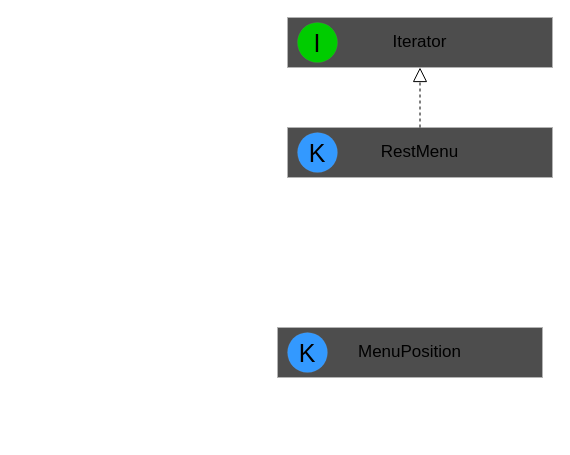
Earlier version of the draw.io diagram src/main/java/com/splab/patterns/behavioralPatterns/iterator/iter.drawio (Sava175/SpLab). Source tidied: cells renumbered, new cells numbered last; positions are measured from the earlier drawing's top-left corner, leaving out a move shared by most shapes. Both pictures are drawn from the tidied source at 100%, with x=0, y=0 at pixel (277, 17).
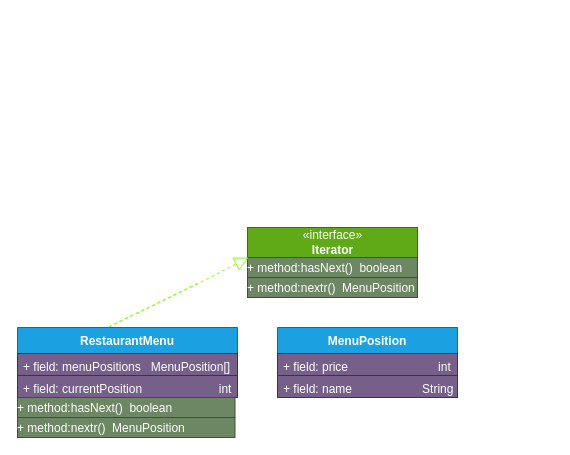
After the change.

Diff of the diagram source:
```diff
@@
 <mxGraphModel>
   <root>
     <mxCell id="0" />
     <mxCell id="1" parent="0" />
-    <mxCell id="2" value="&lt;font style=&quot;font-size: 17px;&quot;&gt;Iterator&lt;/font&gt;" style="rounded=0;whiteSpace=wrap;html=1;fillColor=#4D4D4D;align=center;strokeColor=#B3B3B3;" parent="1" vertex="1">
-      <mxGeometry x="10" width="265" height="50" as="geometry" />
-    </mxCell>
-    <mxCell id="3" value="I" style="ellipse;whiteSpace=wrap;html=1;strokeColor=#B3B3B3;strokeWidth=0;fontSize=25;fontColor=#000000;fillColor=#00CC00;" parent="1" vertex="1">
-      <mxGeometry x="20" y="5" width="40" height="40" as="geometry" />
-    </mxCell>
-    <mxCell id="4" value="&lt;span style=&quot;font-size: 17px;&quot;&gt;RestMenu&lt;/span&gt;" style="rounded=0;whiteSpace=wrap;html=1;fillColor=#4D4D4D;align=center;strokeColor=#B3B3B3;" parent="1" vertex="1">
-      <mxGeometry x="10" y="110" width="265" height="50" as="geometry" />
-    </mxCell>
-    <mxCell id="5" value="K" style="ellipse;whiteSpace=wrap;html=1;strokeColor=#B3B3B3;strokeWidth=0;fontSize=25;fontColor=#000000;fillColor=#3399FF;" parent="1" vertex="1">
-      <mxGeometry x="20" y="115" width="40" height="40" as="geometry" />
-    </mxCell>
+    <mxCell id="9" value="«interface»&lt;br&gt;&lt;b&gt;Iterator&lt;/b&gt;" style="html=1;fillColor=#60a917;fontColor=#ffffff;strokeColor=#2D7600;" parent="1" vertex="1">
+      <mxGeometry x="-30" y="210" width="170" height="30" as="geometry" />
+    </mxCell>
+    <mxCell id="10" value="&lt;p style=&quot;margin: 4px 0px 0px;&quot;&gt;+ method:hasNext()&amp;nbsp; boolean&lt;br&gt;&lt;br&gt;&lt;/p&gt;" style="verticalAlign=top;align=left;overflow=fill;fontSize=12;fontFamily=Helvetica;html=1;fillColor=#6d8764;fontColor=#ffffff;strokeColor=#3A5431;" parent="1" vertex="1">
+      <mxGeometry x="-30" y="240" width="170" height="20" as="geometry" />
+    </mxCell>
+    <mxCell id="11" value="&lt;p style=&quot;margin: 4px 0px 0px;&quot;&gt;+ method:nextr()&amp;nbsp; MenuPosition&lt;br&gt;&lt;br&gt;&lt;/p&gt;" style="verticalAlign=top;align=left;overflow=fill;fontSize=12;fontFamily=Helvetica;html=1;fillColor=#6d8764;fontColor=#ffffff;strokeColor=#3A5431;" parent="1" vertex="1">
+      <mxGeometry x="-30" y="260" width="170" height="20" as="geometry" />
+    </mxCell>
+    <mxCell id="12" value="RestaurantMenu" style="swimlane;fontStyle=1;align=center;verticalAlign=top;horizontal=1;startSize=26;fillColor=#1ba1e2;fontColor=#ffffff;strokeColor=#006EAF;" parent="1" vertex="1">
+      <mxGeometry x="-260" y="310" width="220" height="48" as="geometry" />
+    </mxCell>
+    <mxCell id="13" value="+ field: menuPositions   MenuPosition[]" style="text;strokeColor=#432D57;fillColor=#76608a;align=left;verticalAlign=top;spacingLeft=4;spacingRight=4;overflow=hidden;fontColor=#ffffff;" parent="12" vertex="1">
+      <mxGeometry y="26" width="220" height="22" as="geometry" />
+    </mxCell>
+    <mxCell id="14" value="+ field: currentPosition                       int" style="text;strokeColor=#432D57;fillColor=#76608a;align=left;verticalAlign=top;spacingLeft=4;spacingRight=4;overflow=hidden;fontColor=#ffffff;" parent="1" vertex="1">
+      <mxGeometry x="-260" y="358" width="220" height="22" as="geometry" />
+    </mxCell>
+    <mxCell id="15" value="&lt;p style=&quot;margin: 4px 0px 0px;&quot;&gt;+ method:hasNext()&amp;nbsp; boolean&lt;br&gt;&lt;br&gt;&lt;/p&gt;" style="verticalAlign=top;align=left;overflow=fill;fontSize=12;fontFamily=Helvetica;html=1;fillColor=#6d8764;fontColor=#ffffff;strokeColor=#3A5431;" parent="1" vertex="1">
+      <mxGeometry x="-260" y="380" width="217.5" height="20" as="geometry" />
+    </mxCell>
+    <mxCell id="16" value="&lt;p style=&quot;margin: 4px 0px 0px;&quot;&gt;+ method:nextr()&amp;nbsp; MenuPosition&lt;br&gt;&lt;br&gt;&lt;/p&gt;" style="verticalAlign=top;align=left;overflow=fill;fontSize=12;fontFamily=Helvetica;html=1;fillColor=#6d8764;fontColor=#ffffff;strokeColor=#3A5431;" parent="1" vertex="1">
+      <mxGeometry x="-260" y="400" width="217.5" height="20" as="geometry" />
+    </mxCell>
-    <mxCell id="6" value="&lt;font style=&quot;font-size: 17px;&quot;&gt;MenuPosition&lt;/font&gt;" style="rounded=0;whiteSpace=wrap;html=1;fillColor=#4D4D4D;align=center;strokeColor=#B3B3B3;" parent="1" vertex="1">
-      <mxGeometry y="310" width="265" height="50" as="geometry" />
+    <mxCell id="6" value="MenuPosition" style="swimlane;fontStyle=1;align=center;verticalAlign=top;horizontal=1;startSize=26;fillColor=#1ba1e2;fontColor=#ffffff;strokeColor=#006EAF;" parent="1" vertex="1">
+      <mxGeometry y="310" width="180" height="48" as="geometry" />
     </mxCell>
-    <mxCell id="7" value="K" style="ellipse;whiteSpace=wrap;html=1;strokeColor=#B3B3B3;strokeWidth=0;fontSize=25;fontColor=#000000;fillColor=#3399FF;" parent="1" vertex="1">
-      <mxGeometry x="10" y="315" width="40" height="40" as="geometry" />
-    </mxCell>
-    <mxCell id="8" style="endArrow=block;dashed=1;endFill=0;endSize=12;html=1;rounded=0;entryX=0.5;entryY=1;entryDx=0;entryDy=0;exitX=0.5;exitY=0;exitDx=0;exitDy=0;" parent="1" edge="1" source="4" target="2">
-      <mxGeometry relative="1" as="geometry" />
-    </mxCell>
+    <mxCell id="17" value="+ field: price                           int" style="text;strokeColor=#432D57;fillColor=#76608a;align=left;verticalAlign=top;spacingLeft=4;spacingRight=4;overflow=hidden;fontColor=#ffffff;" parent="6" vertex="1">
+      <mxGeometry y="26" width="180" height="22" as="geometry" />
+    </mxCell>
+    <mxCell id="18" style="endArrow=block;dashed=1;endFill=0;endSize=12;html=1;rounded=0;fillColor=#60a917;strokeColor=#80FF00;" parent="1" edge="1">
+      <mxGeometry relative="1" as="geometry">
+        <mxPoint x="-79.9" y="266" as="sourcePoint" />
+        <mxPoint x="-28.8" y="240" as="targetPoint" />
+        <Array as="points">
+          <mxPoint x="-170" y="310" />
+          <mxPoint x="-80" y="266.4" />
+        </Array>
+      </mxGeometry>
+    </mxCell>
+    <mxCell id="19" value="+ field: name                     String" style="text;strokeColor=#432D57;fillColor=#76608a;align=left;verticalAlign=top;spacingLeft=4;spacingRight=4;overflow=hidden;fontColor=#ffffff;" parent="1" vertex="1">
+      <mxGeometry y="358" width="180" height="22" as="geometry" />
+    </mxCell>
   </root>
 </mxGraphModel>
```
